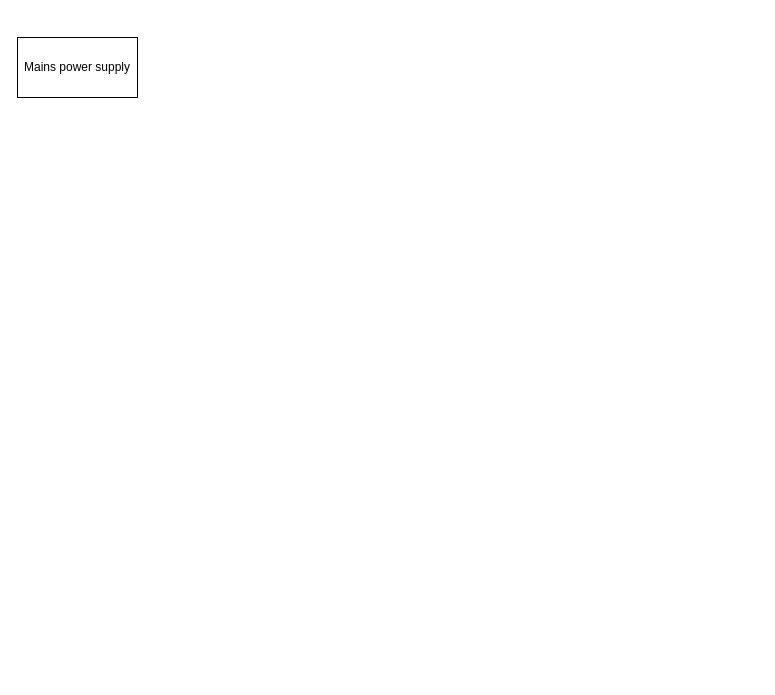
Earlier version of the draw.io diagram Block diagrams/Power supply functional decomposition.drawio (HeinVerhallen/Audio-DSP). Source tidied: cells renumbered, new cells numbered last; positions are measured from the earlier drawing's top-left corner, leaving out a move shared by most shapes. Both pictures are drawn from the tidied source at 100%, with x=0, y=0 at pixel (17, 37).
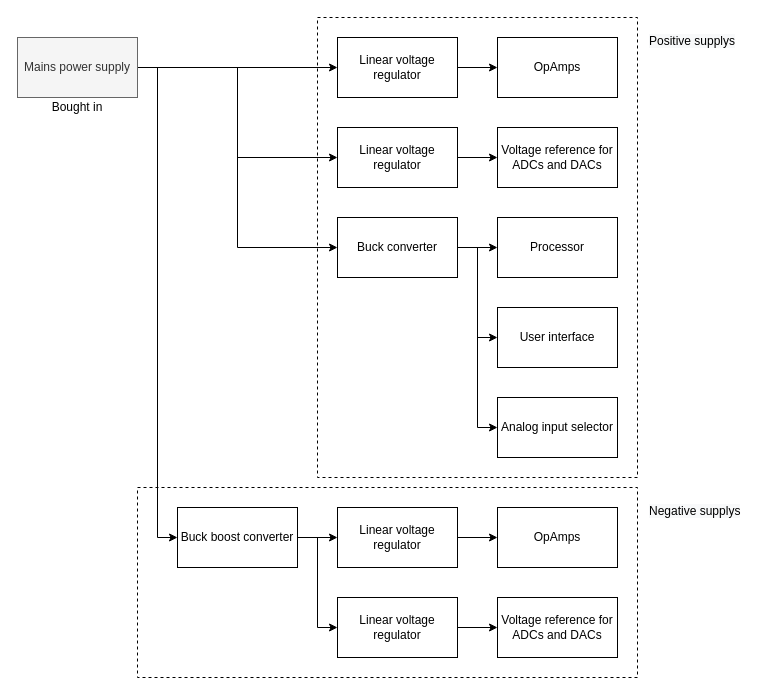
After the change.

The edit, as a diff of the source:
```diff
@@
+    <mxCell id="3" style="rounded=0;whiteSpace=wrap;html=1;dashed=1;" parent="1" vertex="1">
+      <mxGeometry x="120" y="450" width="500" height="190" as="geometry" />
+    </mxCell>
+    <mxCell id="4" style="rounded=0;whiteSpace=wrap;html=1;dashed=1;" parent="1" vertex="1">
+      <mxGeometry x="300" y="-20" width="320" height="460" as="geometry" />
+    </mxCell>
+    <mxCell id="5" style="edgeStyle=orthogonalEdgeStyle;rounded=0;jettySize=auto;html=1;" parent="1" edge="1" source="2" target="10">
+      <mxGeometry relative="1" as="geometry" />
+    </mxCell>
+    <mxCell id="6" style="edgeStyle=orthogonalEdgeStyle;rounded=0;jettySize=auto;html=1;exitX=1;exitY=0.5;exitDx=0;exitDy=0;entryX=0;entryY=0.5;entryDx=0;entryDy=0;" parent="1" edge="1" source="2" target="14">
+      <mxGeometry relative="1" as="geometry" />
+    </mxCell>
+    <mxCell id="7" style="edgeStyle=orthogonalEdgeStyle;rounded=0;jettySize=auto;html=1;exitX=1;exitY=0.5;exitDx=0;exitDy=0;entryX=0;entryY=0.5;entryDx=0;entryDy=0;" parent="1" edge="1" source="2" target="18">
+      <mxGeometry relative="1" as="geometry" />
+    </mxCell>
+    <mxCell id="8" style="edgeStyle=orthogonalEdgeStyle;rounded=0;jettySize=auto;html=1;exitX=1;exitY=0.5;exitDx=0;exitDy=0;entryX=0;entryY=0.5;entryDx=0;entryDy=0;" parent="1" edge="1" source="2" target="24">
+      <mxGeometry relative="1" as="geometry" />
+    </mxCell>
-    <mxCell id="2" value="Mains power supply" style="rounded=0;whiteSpace=wrap;html=1;" parent="1" vertex="1">
+    <mxCell id="2" value="Mains power supply" style="rounded=0;whiteSpace=wrap;html=1;fillColor=#f5f5f5;strokeColor=#666666;fontColor=#333333;" parent="1" vertex="1">
       <mxGeometry width="120" height="60" as="geometry" />
     </mxCell>
+    <mxCell id="9" style="edgeStyle=orthogonalEdgeStyle;rounded=0;jettySize=auto;html=1;" parent="1" edge="1" source="10" target="11">
+      <mxGeometry relative="1" as="geometry" />
+    </mxCell>
+    <mxCell id="10" value="Linear voltage regulator" style="rounded=0;whiteSpace=wrap;html=1;" parent="1" vertex="1">
+      <mxGeometry x="320" width="120" height="60" as="geometry" />
+    </mxCell>
+    <mxCell id="11" value="OpAmps" style="rounded=0;whiteSpace=wrap;html=1;" parent="1" vertex="1">
+      <mxGeometry x="480" width="120" height="60" as="geometry" />
+    </mxCell>
+    <mxCell id="12" value="Voltage reference for ADCs and DACs" style="rounded=0;whiteSpace=wrap;html=1;" parent="1" vertex="1">
+      <mxGeometry x="480" y="90" width="120" height="60" as="geometry" />
+    </mxCell>
+    <mxCell id="13" style="edgeStyle=orthogonalEdgeStyle;rounded=0;jettySize=auto;html=1;" parent="1" edge="1" source="14" target="12">
+      <mxGeometry relative="1" as="geometry" />
+    </mxCell>
+    <mxCell id="14" value="Linear voltage regulator" style="rounded=0;whiteSpace=wrap;html=1;" parent="1" vertex="1">
+      <mxGeometry x="320" y="90" width="120" height="60" as="geometry" />
+    </mxCell>
+    <mxCell id="15" style="edgeStyle=orthogonalEdgeStyle;rounded=0;jettySize=auto;html=1;" parent="1" edge="1" source="18" target="19">
+      <mxGeometry relative="1" as="geometry" />
+    </mxCell>
+    <mxCell id="16" style="edgeStyle=orthogonalEdgeStyle;rounded=0;jettySize=auto;html=1;exitX=1;exitY=0.5;exitDx=0;exitDy=0;entryX=0;entryY=0.5;entryDx=0;entryDy=0;" parent="1" edge="1" source="18" target="20">
+      <mxGeometry relative="1" as="geometry" />
+    </mxCell>
+    <mxCell id="17" style="edgeStyle=orthogonalEdgeStyle;rounded=0;jettySize=auto;html=1;exitX=1;exitY=0.5;exitDx=0;exitDy=0;entryX=0;entryY=0.5;entryDx=0;entryDy=0;" parent="1" edge="1" source="18" target="21">
+      <mxGeometry relative="1" as="geometry" />
+    </mxCell>
+    <mxCell id="18" value="Buck converter" style="rounded=0;whiteSpace=wrap;html=1;" parent="1" vertex="1">
+      <mxGeometry x="320" y="180" width="120" height="60" as="geometry" />
+    </mxCell>
+    <mxCell id="19" value="Processor" style="rounded=0;whiteSpace=wrap;html=1;" parent="1" vertex="1">
+      <mxGeometry x="480" y="180" width="120" height="60" as="geometry" />
+    </mxCell>
+    <mxCell id="20" value="User interface" style="rounded=0;whiteSpace=wrap;html=1;" parent="1" vertex="1">
+      <mxGeometry x="480" y="270" width="120" height="60" as="geometry" />
+    </mxCell>
+    <mxCell id="21" value="Analog input selector" style="rounded=0;whiteSpace=wrap;html=1;" parent="1" vertex="1">
+      <mxGeometry x="480" y="360" width="120" height="60" as="geometry" />
+    </mxCell>
+    <mxCell id="22" style="edgeStyle=orthogonalEdgeStyle;rounded=0;jettySize=auto;html=1;" parent="1" edge="1" source="24" target="26">
+      <mxGeometry relative="1" as="geometry" />
+    </mxCell>
+    <mxCell id="23" style="edgeStyle=orthogonalEdgeStyle;rounded=0;jettySize=auto;html=1;exitX=1;exitY=0.5;exitDx=0;exitDy=0;entryX=0;entryY=0.5;entryDx=0;entryDy=0;" parent="1" edge="1" source="24" target="30">
+      <mxGeometry relative="1" as="geometry" />
+    </mxCell>
+    <mxCell id="24" value="Buck boost converter" style="rounded=0;whiteSpace=wrap;html=1;" parent="1" vertex="1">
+      <mxGeometry x="160" y="470" width="120" height="60" as="geometry" />
+    </mxCell>
+    <mxCell id="25" style="edgeStyle=orthogonalEdgeStyle;rounded=0;jettySize=auto;html=1;" parent="1" edge="1" source="26" target="27">
+      <mxGeometry relative="1" as="geometry" />
+    </mxCell>
+    <mxCell id="26" value="Linear voltage regulator" style="rounded=0;whiteSpace=wrap;html=1;" parent="1" vertex="1">
+      <mxGeometry x="320" y="470" width="120" height="60" as="geometry" />
+    </mxCell>
+    <mxCell id="27" value="OpAmps" style="rounded=0;whiteSpace=wrap;html=1;" parent="1" vertex="1">
+      <mxGeometry x="480" y="470" width="120" height="60" as="geometry" />
+    </mxCell>
+    <mxCell id="28" value="Voltage reference for ADCs and DACs" style="rounded=0;whiteSpace=wrap;html=1;" parent="1" vertex="1">
+      <mxGeometry x="480" y="560" width="120" height="60" as="geometry" />
+    </mxCell>
+    <mxCell id="29" style="edgeStyle=orthogonalEdgeStyle;rounded=0;jettySize=auto;html=1;" parent="1" edge="1" source="30" target="28">
+      <mxGeometry relative="1" as="geometry" />
+    </mxCell>
+    <mxCell id="30" value="Linear voltage regulator" style="rounded=0;whiteSpace=wrap;html=1;" parent="1" vertex="1">
+      <mxGeometry x="320" y="560" width="120" height="60" as="geometry" />
+    </mxCell>
+    <mxCell id="31" value="Bought in" style="text;html=1;strokeColor=none;fillColor=none;align=center;verticalAlign=middle;whiteSpace=wrap;rounded=0;" parent="1" vertex="1">
+      <mxGeometry y="60" width="120" height="20" as="geometry" />
+    </mxCell>
+    <mxCell id="32" value="&lt;span style=&quot;color: rgb(0 , 0 , 0) ; font-family: &amp;#34;helvetica&amp;#34; ; font-size: 12px ; font-style: normal ; font-weight: 400 ; letter-spacing: normal ; text-align: center ; text-indent: 0px ; text-transform: none ; word-spacing: 0px ; background-color: rgb(248 , 249 , 250) ; display: inline ; float: none&quot;&gt;Positive supplys&lt;/span&gt;" style="text;whiteSpace=wrap;html=1;" parent="1" vertex="1">
+      <mxGeometry x="630" y="-10" width="110" height="30" as="geometry" />
+    </mxCell>
+    <mxCell id="33" value="&lt;span style=&quot;color: rgb(0 , 0 , 0) ; font-family: &amp;#34;helvetica&amp;#34; ; font-size: 12px ; font-style: normal ; font-weight: 400 ; letter-spacing: normal ; text-align: center ; text-indent: 0px ; text-transform: none ; word-spacing: 0px ; background-color: rgb(248 , 249 , 250) ; display: inline ; float: none&quot;&gt;Negative supplys&lt;/span&gt;" style="text;whiteSpace=wrap;html=1;" parent="1" vertex="1">
+      <mxGeometry x="630" y="460" width="110" height="30" as="geometry" />
+    </mxCell>
```
